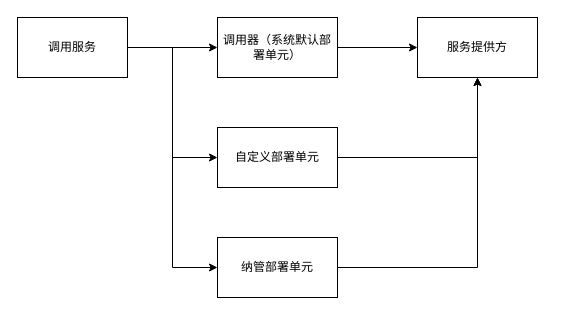
This is drow/演示.drawio from zhuqinghua/resource, a draw.io file, before an edit. Source tidied: cells renumbered, new cells numbered last; positions are measured from the earlier drawing's top-left corner, leaving out a move shared by most shapes. Both pictures are drawn from the tidied source at 100%, with x=0, y=0 at pixel (17, 17).
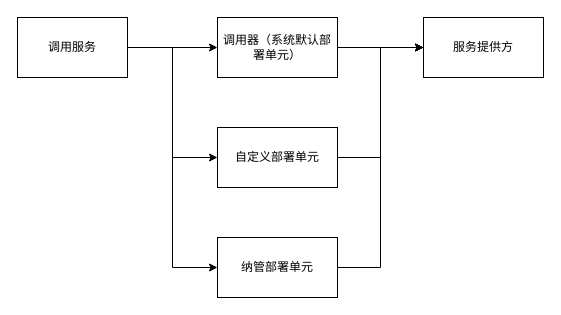
After the change.

The edit, as a diff of the source:
```diff
@@
 <mxGraphModel>
   <root>
     <mxCell id="0" />
     <mxCell id="1" parent="0" />
     <mxCell id="2" style="edgeStyle=orthogonalEdgeStyle;rounded=0;jettySize=auto;html=1;" parent="1" edge="1" source="5" target="7">
       <mxGeometry relative="1" as="geometry" />
     </mxCell>
     <mxCell id="3" style="edgeStyle=orthogonalEdgeStyle;rounded=0;jettySize=auto;html=1;entryX=0;entryY=0.5;entryDx=0;entryDy=0;" parent="1" edge="1" source="5" target="12">
       <mxGeometry relative="1" as="geometry" />
     </mxCell>
     <mxCell id="4" style="edgeStyle=orthogonalEdgeStyle;rounded=0;jettySize=auto;html=1;entryX=0;entryY=0.5;entryDx=0;entryDy=0;" parent="1" edge="1" source="5" target="10">
       <mxGeometry relative="1" as="geometry" />
     </mxCell>
     <mxCell id="5" value="调用服务" style="rounded=0;whiteSpace=wrap;html=1;direction=west;" parent="1" vertex="1">
       <mxGeometry width="110" height="60" as="geometry" />
     </mxCell>
     <mxCell id="6" style="edgeStyle=orthogonalEdgeStyle;rounded=0;jettySize=auto;html=1;" parent="1" edge="1" source="7" target="8">
       <mxGeometry relative="1" as="geometry" />
     </mxCell>
     <mxCell id="7" value="调用器（系统默认部署单元）" style="rounded=0;whiteSpace=wrap;html=1;" parent="1" vertex="1">
       <mxGeometry x="200" width="120" height="60" as="geometry" />
     </mxCell>
     <mxCell id="8" value="服务提供方" style="rounded=0;whiteSpace=wrap;html=1;" parent="1" vertex="1">
-      <mxGeometry x="400" width="120" height="60" as="geometry" />
+      <mxGeometry x="406" width="120" height="60" as="geometry" />
     </mxCell>
-    <mxCell id="9" style="edgeStyle=orthogonalEdgeStyle;rounded=0;jettySize=auto;html=1;entryX=0.5;entryY=1;entryDx=0;entryDy=0;" parent="1" edge="1" source="10" target="8">
+    <mxCell id="9" style="edgeStyle=orthogonalEdgeStyle;rounded=0;jettySize=auto;html=1;entryX=0;entryY=0.5;entryDx=0;entryDy=0;" parent="1" edge="1" source="10" target="8">
       <mxGeometry relative="1" as="geometry" />
     </mxCell>
     <mxCell id="10" value="纳管部署单元" style="rounded=0;whiteSpace=wrap;html=1;" parent="1" vertex="1">
       <mxGeometry x="200" y="220" width="120" height="60" as="geometry" />
     </mxCell>
-    <mxCell id="11" style="edgeStyle=orthogonalEdgeStyle;rounded=0;jettySize=auto;html=1;" parent="1" edge="1" source="12" target="8">
-      <mxGeometry relative="1" as="geometry" />
+    <mxCell id="11" style="edgeStyle=orthogonalEdgeStyle;rounded=0;jettySize=auto;html=1;entryX=0;entryY=0.5;entryDx=0;entryDy=0;" parent="1" edge="1" source="12" target="8">
+      <mxGeometry relative="1" as="geometry">
+        <Array as="points">
+          <mxPoint x="363" y="140" />
+          <mxPoint x="363" y="30" />
+        </Array>
+      </mxGeometry>
     </mxCell>
     <mxCell id="12" value="自定义部署单元" style="rounded=0;whiteSpace=wrap;html=1;" parent="1" vertex="1">
       <mxGeometry x="200" y="110" width="120" height="60" as="geometry" />
     </mxCell>
   </root>
 </mxGraphModel>
```
